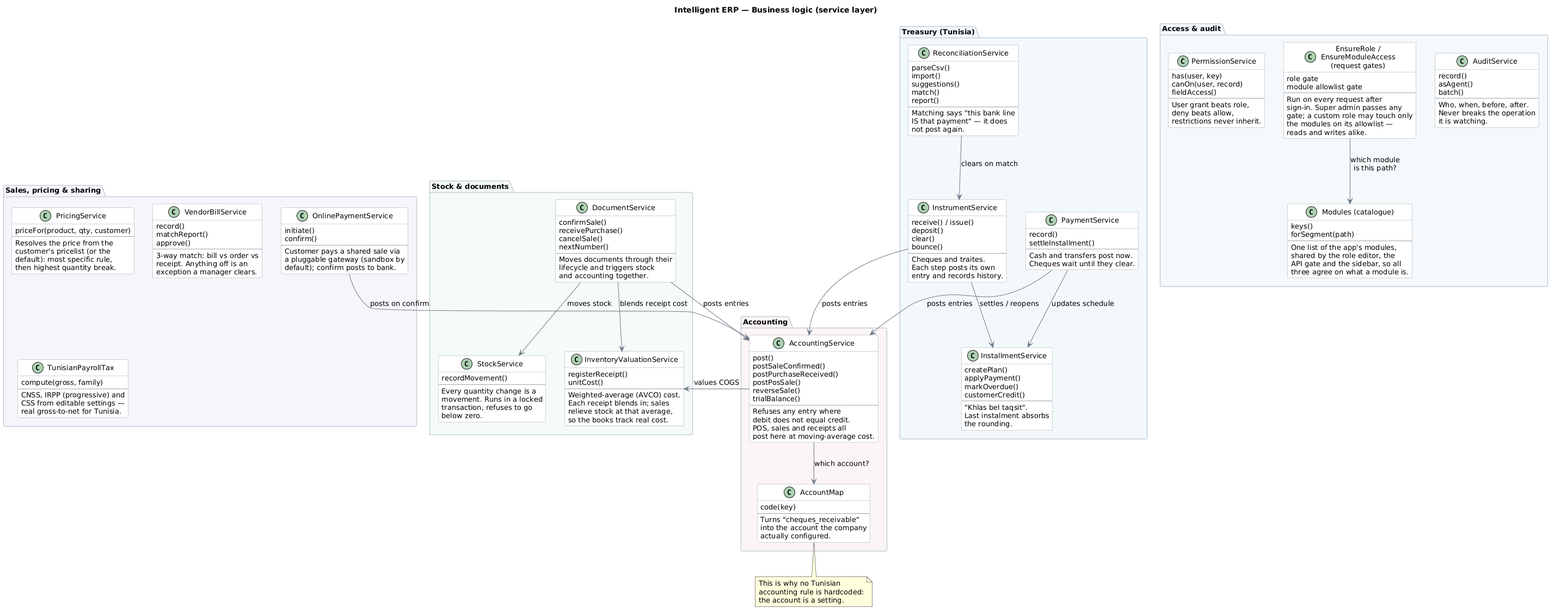
Before: diagrams/class-diagram.png, a diagram exported from PlantUML (mariemtnb/ERP-AI-odoo-like).
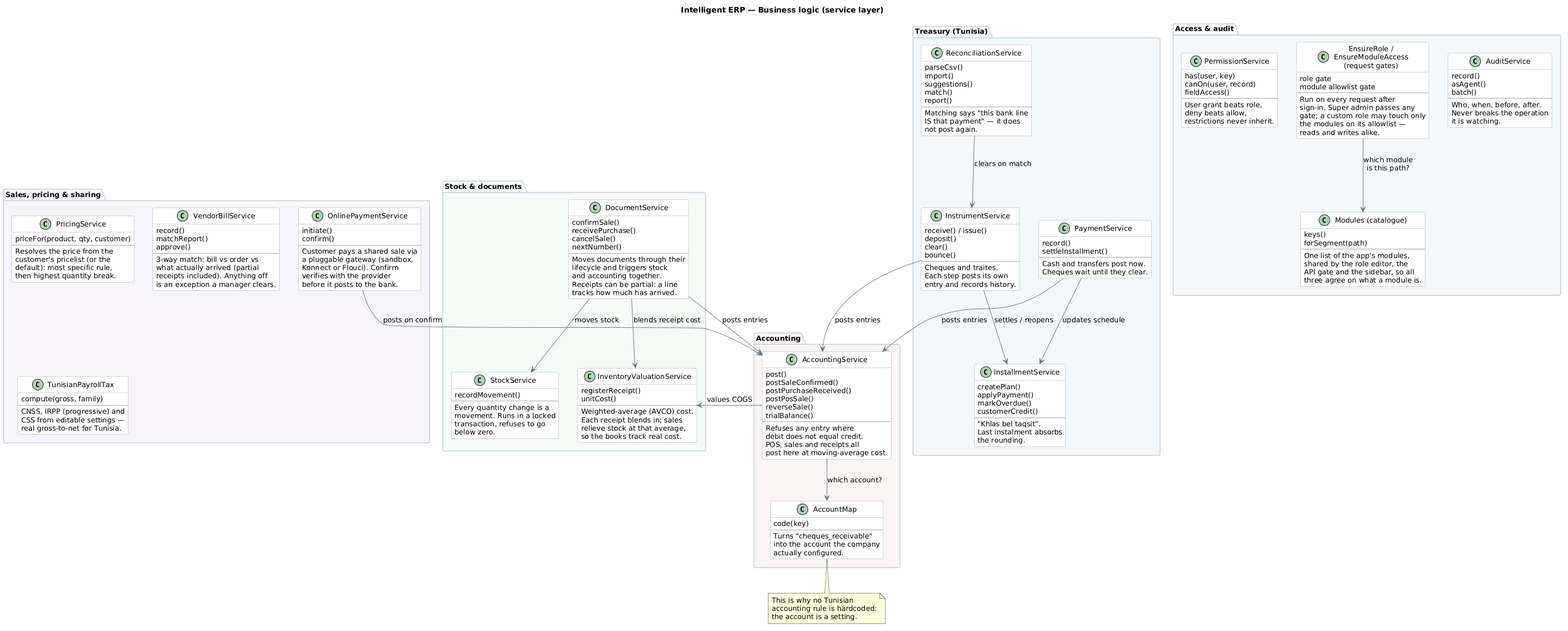
After the commit.

Commit message:
Docs: fold in line-level VAT, real gateways and partial receipts

The edit, as a diff of the source:
```diff
@@ -35,6 +35,8 @@
     Moves documents through their
     lifecycle and triggers stock
     and accounting together.
+    Receipts can be partial: a line
+    tracks how much has arrived.
   }
 
   class InventoryValuationService {
@@ -88,8 +90,9 @@
     approve()
     --
     3-way match: bill vs order vs
-    receipt. Anything off is an
-    exception a manager clears.
+    what actually arrived (partial
+    receipts included). Anything off
+    is an exception a manager clears.
   }
 
   class OnlinePaymentService {
@@ -97,8 +100,10 @@
     confirm()
     --
     Customer pays a shared sale via
-    a pluggable gateway (sandbox by
-    default); confirm posts to bank.
+    a pluggable gateway (sandbox,
+    Konnect or Flouci). Confirm
+    verifies with the provider
+    before it posts to the bank.
   }
 
   class TunisianPayrollTax {
```
